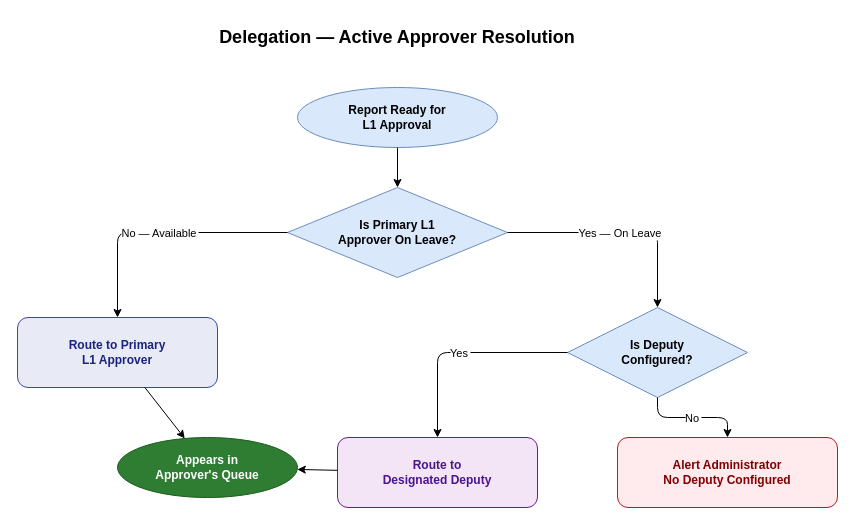
The draw.io diagram page "Delegation" (3 of 3) of docs/diagrams/drawio/approval-workflow.drawio in mazharr-hussain/KycReport, before the edit. Source tidied: cells renumbered, new cells numbered last; positions are measured from the earlier drawing's top-left corner, leaving out a move shared by most shapes. Both pictures are drawn from the tidied source at 100%, with x=0, y=0 at pixel (17, 17).
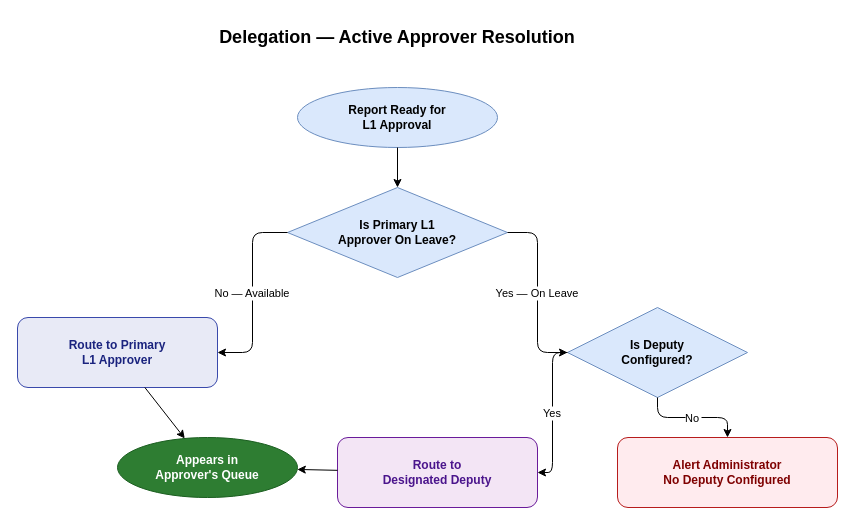
The same diagram, later.

What changed in the source:
```diff
@@
 <mxGraphModel>
   <root>
     <mxCell id="0" />
     <mxCell id="1" parent="0" />
     <mxCell id="2" value="Delegation — Active Approver Resolution" style="text;html=1;strokeColor=none;fillColor=none;align=center;verticalAlign=middle;whiteSpace=wrap;rounded=0;fontSize=18;fontStyle=1;" parent="1" vertex="1">
       <mxGeometry x="80" width="600" height="40" as="geometry" />
     </mxCell>
     <mxCell id="3" value="Report Ready for&#10;L1 Approval" style="ellipse;whiteSpace=wrap;html=1;fillColor=#dae8fc;strokeColor=#6c8ebf;fontSize=12;fontStyle=1;" parent="1" vertex="1">
       <mxGeometry x="280" y="70" width="200" height="60" as="geometry" />
     </mxCell>
     <mxCell id="4" value="Is Primary L1&#10;Approver On Leave?" style="rhombus;whiteSpace=wrap;html=1;fillColor=#dae8fc;strokeColor=#6c8ebf;fontSize=12;fontStyle=1;" parent="1" vertex="1">
       <mxGeometry x="270" y="170" width="220" height="90" as="geometry" />
     </mxCell>
     <mxCell id="5" value="Route to Primary&#10;L1 Approver" style="rounded=1;whiteSpace=wrap;html=1;fillColor=#E8EAF6;strokeColor=#3949AB;fontColor=#1A237E;fontSize=12;fontStyle=1;" parent="1" vertex="1">
       <mxGeometry y="300" width="200" height="70" as="geometry" />
     </mxCell>
     <mxCell id="6" value="Is Deputy&#10;Configured?" style="rhombus;whiteSpace=wrap;html=1;fillColor=#dae8fc;strokeColor=#6c8ebf;fontSize=12;fontStyle=1;" parent="1" vertex="1">
       <mxGeometry x="550" y="290" width="180" height="90" as="geometry" />
     </mxCell>
     <mxCell id="7" value="Route to&#10;Designated Deputy" style="rounded=1;whiteSpace=wrap;html=1;fillColor=#F3E5F5;strokeColor=#6A1B9A;fontColor=#4A148C;fontSize=12;fontStyle=1;" parent="1" vertex="1">
       <mxGeometry x="320" y="420" width="200" height="70" as="geometry" />
     </mxCell>
     <mxCell id="8" value="Alert Administrator&#10;No Deputy Configured" style="rounded=1;whiteSpace=wrap;html=1;fillColor=#FFEBEE;strokeColor=#B71C1C;fontColor=#7F0000;fontSize=12;fontStyle=1;" parent="1" vertex="1">
       <mxGeometry x="600" y="420" width="220" height="70" as="geometry" />
     </mxCell>
     <mxCell id="9" value="Appears in&#10;Approver's Queue" style="ellipse;whiteSpace=wrap;html=1;fillColor=#2E7D32;strokeColor=#1B5E20;fontColor=#ffffff;fontSize=12;fontStyle=1;" parent="1" vertex="1">
       <mxGeometry x="100" y="420" width="180" height="60" as="geometry" />
     </mxCell>
     <mxCell id="10" parent="1" edge="1" source="3" target="4">
       <mxGeometry relative="1" as="geometry" />
     </mxCell>
-    <mxCell id="11" value="No — Available" style="edgeStyle=orthogonalEdgeStyle;" parent="1" edge="1" source="4" target="5">
+    <mxCell id="11" value="No — Available" style="edgeStyle=orthogonalEdgeStyle;exitX=0.0;exitY=0.5;entryX=1.0;entryY=0.5;" parent="1" edge="1" source="4" target="5">
       <mxGeometry relative="1" as="geometry" />
     </mxCell>
-    <mxCell id="12" value="Yes — On Leave" style="edgeStyle=orthogonalEdgeStyle;" parent="1" edge="1" source="4" target="6">
+    <mxCell id="12" value="Yes — On Leave" style="edgeStyle=orthogonalEdgeStyle;exitX=1.0;exitY=0.5;entryX=0.0;entryY=0.5;" parent="1" edge="1" source="4" target="6">
       <mxGeometry relative="1" as="geometry" />
     </mxCell>
-    <mxCell id="13" value="Yes" style="edgeStyle=orthogonalEdgeStyle;" parent="1" edge="1" source="6" target="7">
+    <mxCell id="13" value="Yes" style="edgeStyle=orthogonalEdgeStyle;exitX=0.0;exitY=0.5;entryX=1.0;entryY=0.5;" parent="1" edge="1" source="6" target="7">
       <mxGeometry relative="1" as="geometry" />
     </mxCell>
-    <mxCell id="14" value="No" style="edgeStyle=orthogonalEdgeStyle;" parent="1" edge="1" source="6" target="8">
+    <mxCell id="14" value="No" style="edgeStyle=orthogonalEdgeStyle;exitX=0.5;exitY=1.0;entryX=0.5;entryY=0.0;" parent="1" edge="1" source="6" target="8">
       <mxGeometry relative="1" as="geometry" />
     </mxCell>
     <mxCell id="15" parent="1" edge="1" source="5" target="9">
       <mxGeometry relative="1" as="geometry" />
     </mxCell>
     <mxCell id="16" parent="1" edge="1" source="7" target="9">
       <mxGeometry relative="1" as="geometry" />
     </mxCell>
   </root>
 </mxGraphModel>
```
